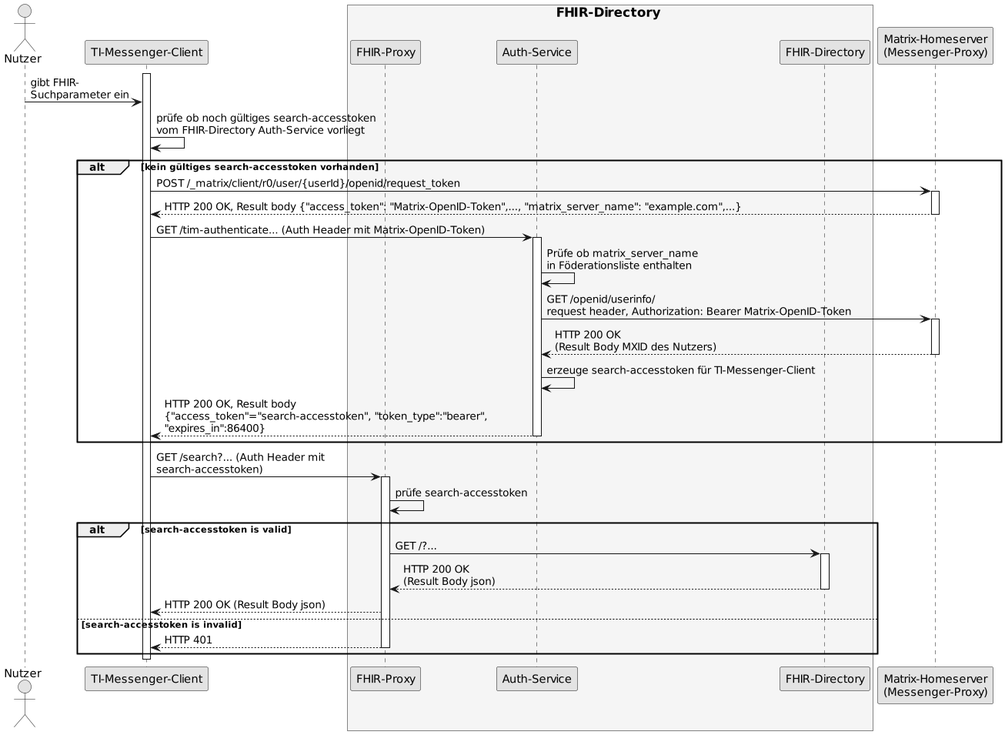
Above: images/diagrams/SequenceDiagram.FHIR-Directory.search.png in gematik/api-vzd (PlantUML), before the change. Source of this version:
```plantuml
@startuml SequenceDiagram.FHIR-Directory.search
skinparam dpi 100
skinparam WrapWidth 200
skinparam monochrome true

actor Nutzer
participant cl as "TI-Messenger-Client"
box <size:16>FHIR-Directory</size> #WhiteSmoke
  participant fp as "FHIR-Proxy"
  participant au as "Auth-Service"
  participant fd as "FHIR-Directory"
end box
participant hs as "Matrix-Homeserver\n(Messenger-Proxy)"
activate cl

Nutzer -> cl:gibt FHIR-\nSuchparameter ein
cl -> cl: prüfe ob noch gültiges search-accesstoken\nvom FHIR-Directory Auth-Service vorliegt

alt kein gültiges search-accesstoken vorhanden
cl -> hs: POST /_matrix/client/r0/user/{userId}/openid/request_token
activate hs
hs --> cl: HTTP 200 OK, Result body {"access_token": "Matrix-OpenID-Token",..., "matrix_server_name": "example.com",...}
deactivate hs
cl -> au: GET /tim-authenticate... (Auth Header mit Matrix-OpenID-Token)
activate au
au -> au: Prüfe ob matrix_server_name\nin Föderationsliste enthalten
au -> hs: GET /openid/userinfo/\nrequest header, Authorization: Bearer Matrix-OpenID-Token
activate hs
hs --> au: HTTP 200 OK\n(Result Body MXID des Nutzers)
deactivate hs
au -> au: erzeuge search-accesstoken für TI-Messenger-Client
au --> cl: HTTP 200 OK, Result body\n{"access_token"="search-accesstoken", "token_type":"bearer",\n"expires_in":86400}
deactivate au
end

cl -> fp: GET /search?... (Auth Header mit\nsearch-accesstoken)
activate fp
fp -> fp: prüfe search-accesstoken

alt search-accesstoken is valid
fp -> fd: GET /?...
activate fd
fd --> fp: HTTP 200 OK\n(Result Body json)
deactivate fd
fp --> cl: HTTP 200 OK (Result Body json)
else search-accesstoken is invalid
fp --> cl: HTTP 401
deactivate fp
end

deactivate cl
@enduml
```
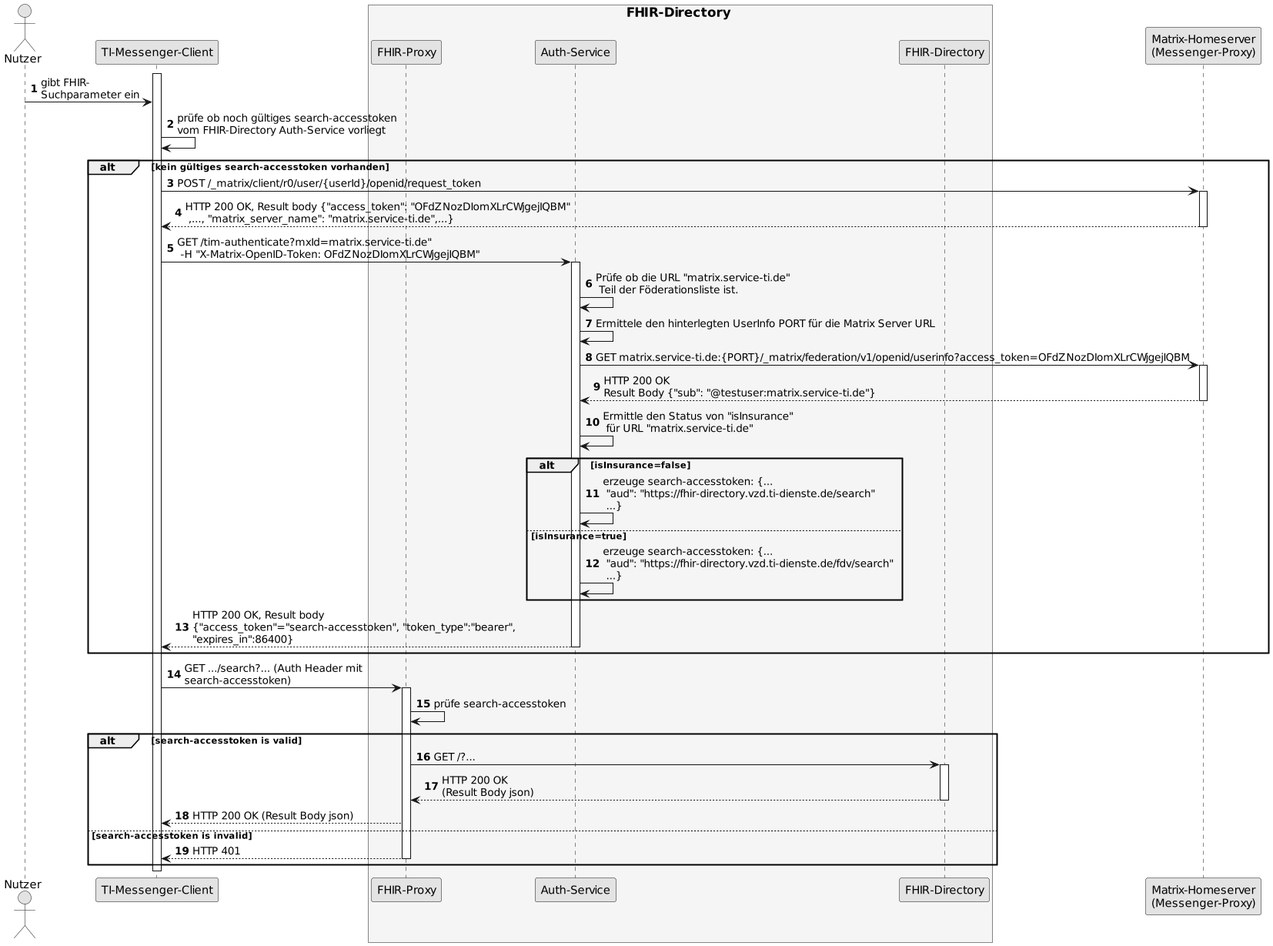
The same file after the commit.

Commit message:
Commit from GitHub Actions (GeneratePlantumlImages)

What changed in the source:
```diff
@@ -2,6 +2,8 @@
 skinparam dpi 100
 skinparam WrapWidth 200
 skinparam monochrome true
+
+autonumber
 
 actor Nutzer
 participant cl as "TI-Messenger-Client"
@@ -19,21 +21,27 @@
 alt kein gültiges search-accesstoken vorhanden
 cl -> hs: POST /_matrix/client/r0/user/{userId}/openid/request_token
 activate hs
-hs --> cl: HTTP 200 OK, Result body {"access_token": "Matrix-OpenID-Token",..., "matrix_server_name": "example.com",...}
+hs --> cl: HTTP 200 OK, Result body {"access_token": "OFdZNozDIomXLrCWjgejIQBM" \n ,..., "matrix_server_name": "matrix.service-ti.de",...}
 deactivate hs
-cl -> au: GET /tim-authenticate... (Auth Header mit Matrix-OpenID-Token)
+cl -> au: GET /tim-authenticate?mxId=matrix.service-ti.de" \n -H "X-Matrix-OpenID-Token: OFdZNozDIomXLrCWjgejIQBM"
 activate au
-au -> au: Prüfe ob matrix_server_name\nin Föderationsliste enthalten
-au -> hs: GET /openid/userinfo/\nrequest header, Authorization: Bearer Matrix-OpenID-Token
+au -> au: Prüfe ob die URL "matrix.service-ti.de"\n Teil der Föderationsliste ist.
+au -> au: Ermittele den hinterlegten UserInfo PORT für die Matrix Server URL
+au -> hs: GET matrix.service-ti.de:{PORT}/_matrix/federation/v1/openid/userinfo?access_token=OFdZNozDIomXLrCWjgejIQBM
 activate hs
-hs --> au: HTTP 200 OK\n(Result Body MXID des Nutzers)
+hs --> au: HTTP 200 OK\nResult Body {"sub": "@testuser:matrix.service-ti.de"}
 deactivate hs
-au -> au: erzeuge search-accesstoken für TI-Messenger-Client
+au -> au: Ermittle den Status von "isInsurance"\n für URL "matrix.service-ti.de"
+alt isInsurance=false
+au -> au: erzeuge search-accesstoken: {... \n "aud": "https://fhir-directory.vzd.ti-dienste.de/search"\n ...}
+else isInsurance=true
+au -> au: erzeuge search-accesstoken: {... \n "aud": "https://fhir-directory.vzd.ti-dienste.de/fdv/search"\n ...}
+end
 au --> cl: HTTP 200 OK, Result body\n{"access_token"="search-accesstoken", "token_type":"bearer",\n"expires_in":86400}
 deactivate au
 end
 
-cl -> fp: GET /search?... (Auth Header mit\nsearch-accesstoken)
+cl -> fp: GET .../search?... (Auth Header mit\nsearch-accesstoken)
 activate fp
 fp -> fp: prüfe search-accesstoken
 
```
